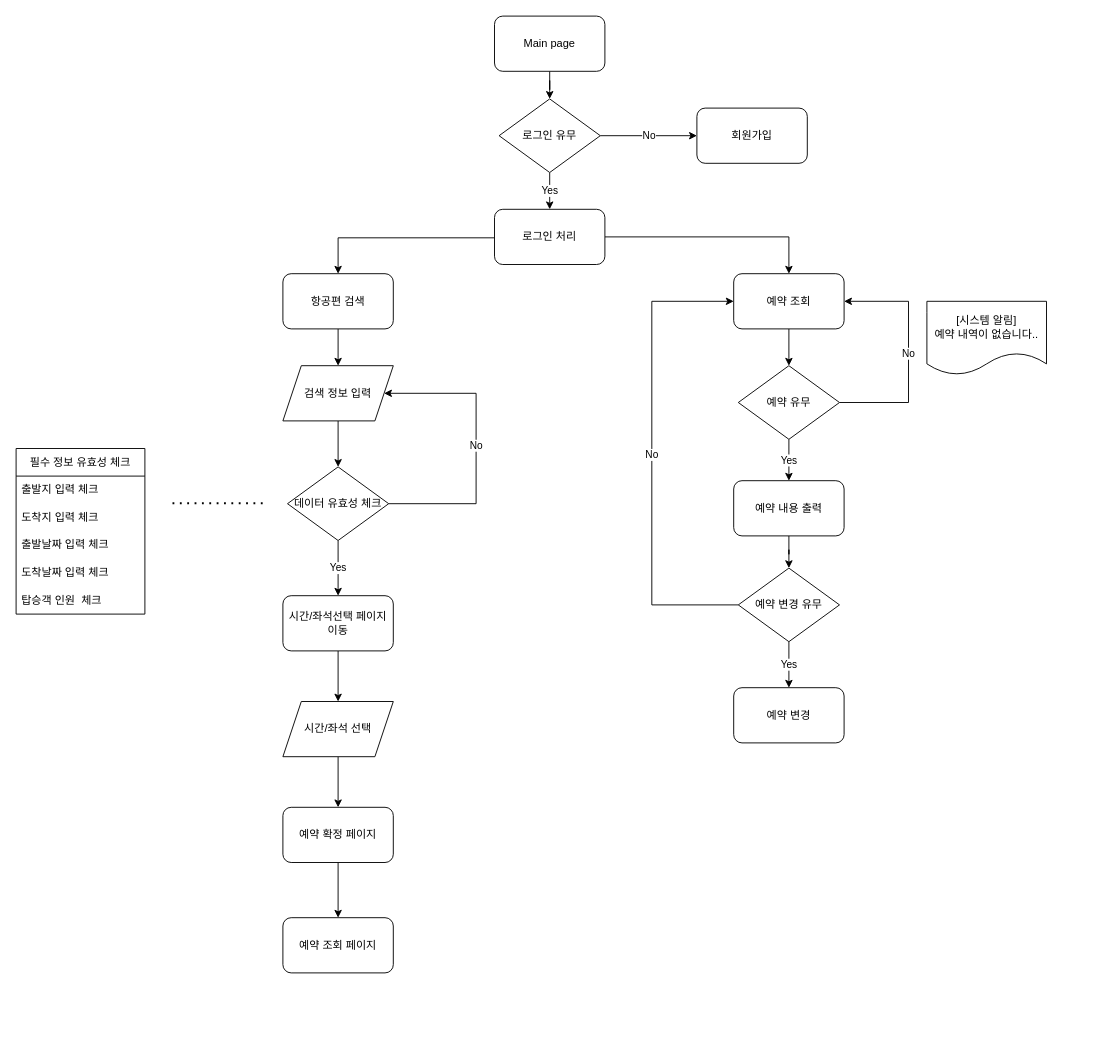
The draw.io diagram page "예약" (2 of 4) of 제목 없는 다이어그램.drawio in awfawf123/workspace, before the edit. Source tidied: cells renumbered, new cells numbered last; positions are measured from the earlier drawing's top-left corner, leaving out a move shared by most shapes. Both pictures are drawn from the tidied source at 92%, with x=0, y=0 at pixel (16, 16).
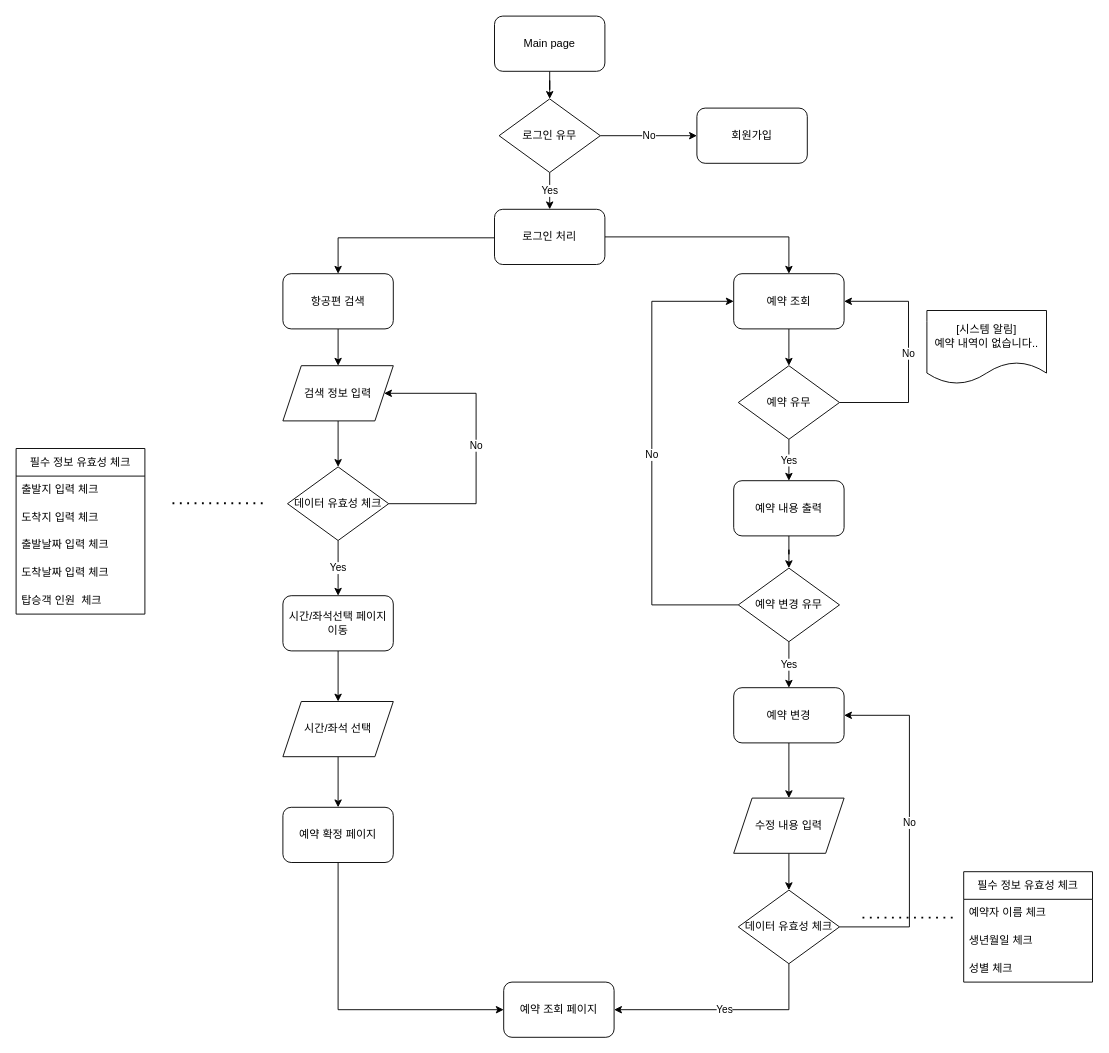
The same diagram, later.

The change refers to these unchanged cells:
```xml
<mxCell id="22" value="예약 확정 페이지" style="rounded=1;whiteSpace=wrap;html=1;" parent="1" vertex="1">
  <mxGeometry x="290" y="860" width="120" height="60" as="geometry" />
</mxCell>
<mxCell id="43" value="예약 변경" style="rounded=1;whiteSpace=wrap;html=1;" parent="1" vertex="1">
  <mxGeometry x="780" y="730" width="120" height="60" as="geometry" />
</mxCell>
```

Change to the diagram source:
```diff
@@
-    <mxCell id="21" style="edgeStyle=orthogonalEdgeStyle;rounded=0;jettySize=auto;html=1;entryX=0.5;entryY=0;entryDx=0;entryDy=0;" parent="1" edge="1" source="22" target="29">
-      <mxGeometry relative="1" as="geometry" />
+    <mxCell id="21" style="edgeStyle=orthogonalEdgeStyle;rounded=0;jettySize=auto;html=1;entryX=0;entryY=0.5;entryDx=0;entryDy=0;" parent="1" edge="1" source="22" target="29">
+      <mxGeometry relative="1" as="geometry">
+        <Array as="points">
+          <mxPoint x="350" y="1080" />
+        </Array>
+      </mxGeometry>
     </mxCell>
@@
     <mxCell id="29" value="예약 조회 페이지" style="rounded=1;whiteSpace=wrap;html=1;" parent="1" vertex="1">
-      <mxGeometry x="290" y="980" width="120" height="60" as="geometry" />
+      <mxGeometry x="530" y="1050" width="120" height="60" as="geometry" />
     </mxCell>
@@
     <mxCell id="37" value="[시스템 알림]&lt;br&gt;예약 내역이 없습니다.." style="shape=document;whiteSpace=wrap;html=1;boundedLbl=1;" parent="1" vertex="1">
-      <mxGeometry x="990" y="310" width="130" height="80" as="geometry" />
+      <mxGeometry x="990" y="320" width="130" height="80" as="geometry" />
     </mxCell>
@@
+    <mxCell id="44" style="edgeStyle=orthogonalEdgeStyle;rounded=0;jettySize=auto;html=1;entryX=0.5;entryY=0;entryDx=0;entryDy=0;" parent="1" edge="1" source="43" target="46">
+      <mxGeometry relative="1" as="geometry" />
+    </mxCell>
@@
+    <mxCell id="45" style="edgeStyle=orthogonalEdgeStyle;rounded=0;jettySize=auto;html=1;entryX=0.5;entryY=0;entryDx=0;entryDy=0;" parent="1" edge="1" source="46" target="49">
+      <mxGeometry relative="1" as="geometry" />
+    </mxCell>
+    <mxCell id="46" value="수정 내용 입력" style="shape=parallelogram;perimeter=parallelogramPerimeter;whiteSpace=wrap;html=1;fixedSize=1;" parent="1" vertex="1">
+      <mxGeometry x="780" y="850" width="120" height="60" as="geometry" />
+    </mxCell>
+    <mxCell id="47" value="No" style="edgeStyle=orthogonalEdgeStyle;rounded=0;jettySize=auto;html=1;entryX=1;entryY=0.5;entryDx=0;entryDy=0;" parent="1" edge="1" source="49" target="43">
+      <mxGeometry relative="1" as="geometry">
+        <Array as="points">
+          <mxPoint x="971" y="990" />
+          <mxPoint x="971" y="760" />
+        </Array>
+      </mxGeometry>
+    </mxCell>
+    <mxCell id="48" value="Yes" style="edgeStyle=orthogonalEdgeStyle;rounded=0;jettySize=auto;html=1;entryX=1;entryY=0.5;entryDx=0;entryDy=0;" parent="1" edge="1" source="49" target="29">
+      <mxGeometry relative="1" as="geometry">
+        <Array as="points">
+          <mxPoint x="840" y="1080" />
+        </Array>
+      </mxGeometry>
+    </mxCell>
+    <mxCell id="49" value="데이터 유효성 체크" style="rhombus;whiteSpace=wrap;html=1;" parent="1" vertex="1">
+      <mxGeometry x="785" y="950" width="110" height="80" as="geometry" />
+    </mxCell>
+    <mxCell id="50" value="필수 정보 유효성 체크" style="swimlane;fontStyle=0;horizontal=1;startSize=30;whiteSpace=wrap;html=1;" parent="1" vertex="1">
+      <mxGeometry x="1030" y="930" width="140" height="120" as="geometry" />
+    </mxCell>
+    <mxCell id="51" value="예약자 이름 체크" style="text;strokeColor=none;fillColor=none;align=left;verticalAlign=middle;spacingLeft=4;spacingRight=4;overflow=hidden;whiteSpace=wrap;html=1;" parent="50" vertex="1">
+      <mxGeometry y="30" width="140" height="30" as="geometry" />
+    </mxCell>
+    <mxCell id="52" value="생년월일 체크" style="text;strokeColor=none;fillColor=none;align=left;verticalAlign=middle;spacingLeft=4;spacingRight=4;overflow=hidden;whiteSpace=wrap;html=1;" parent="50" vertex="1">
+      <mxGeometry y="60" width="140" height="30" as="geometry" />
+    </mxCell>
+    <mxCell id="53" value="성별 체크" style="text;strokeColor=none;fillColor=none;align=left;verticalAlign=middle;spacingLeft=4;spacingRight=4;overflow=hidden;whiteSpace=wrap;html=1;" parent="50" vertex="1">
+      <mxGeometry y="90" width="140" height="30" as="geometry" />
+    </mxCell>
+    <mxCell id="54" style="endArrow=none;dashed=1;html=1;dashPattern=1 3;strokeWidth=2;rounded=0;" parent="1" edge="1">
+      <mxGeometry relative="1" as="geometry">
+        <mxPoint x="920" y="980" as="sourcePoint" />
+        <mxPoint x="1020" y="980" as="targetPoint" />
+      </mxGeometry>
+    </mxCell>
```
